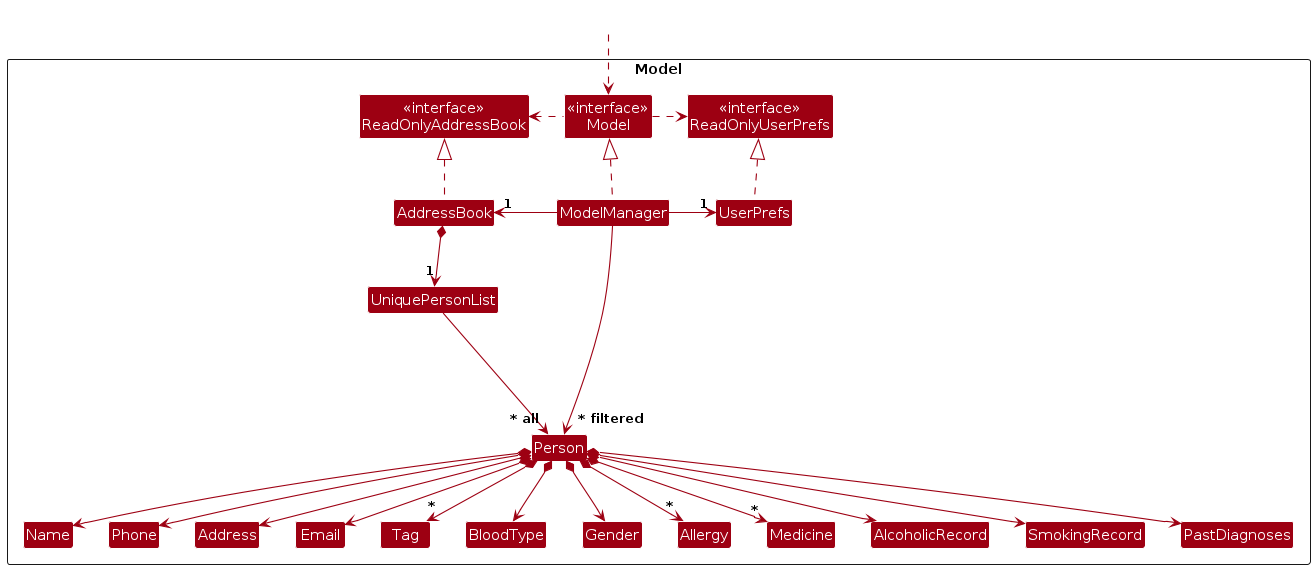
Before: diagrams/ModelClassDiagram.png, a diagram exported from PlantUML (AY2526S1-CS2103T-F11-1/tp). Its source is kept beside it as diagrams/ModelClassDiagram.puml.
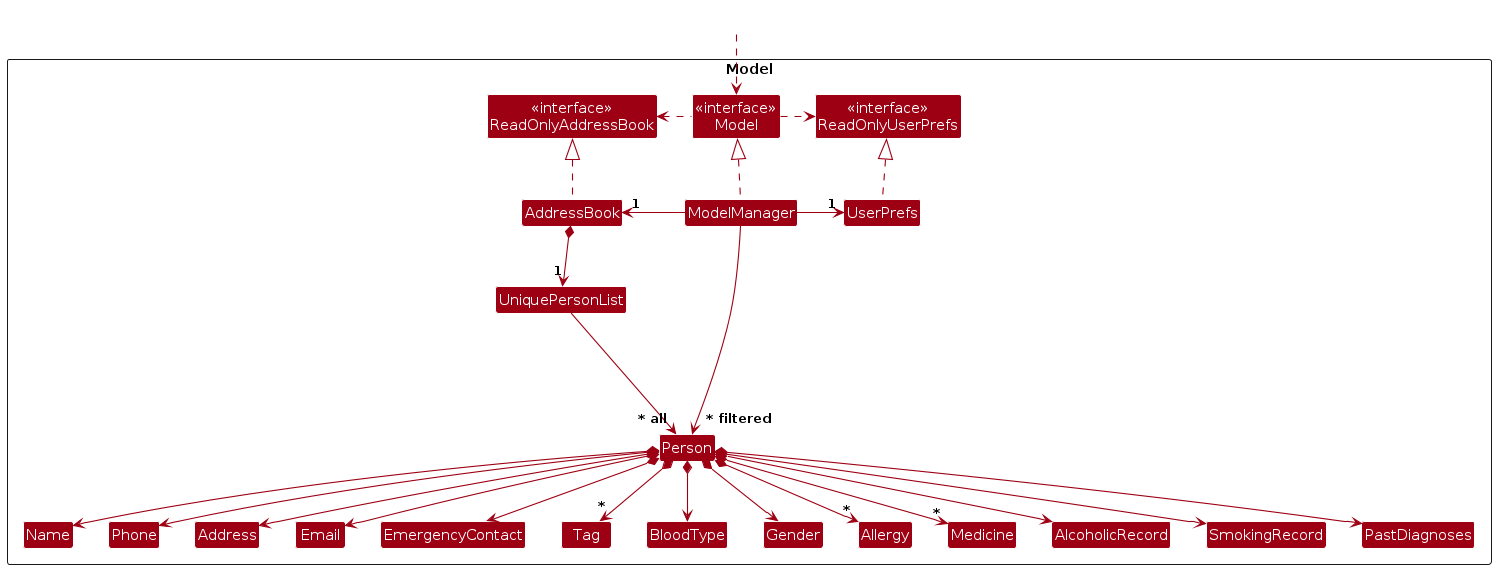
The same file after the commit.

Diff of the diagram source:
```diff
@@ -15,6 +15,7 @@
 Class UniquePersonList
 Class Person
 Class Address
+Class EmergencyContact
 Class Email
 Class Name
 Class Phone
@@ -48,6 +49,7 @@
 Person *--> Phone
 Person *--> Email
 Person *--> Address
+Person *--> EmergencyContact
 Person *--> "*" Tag
 Person *--> BloodType
 Person *--> Gender
```
